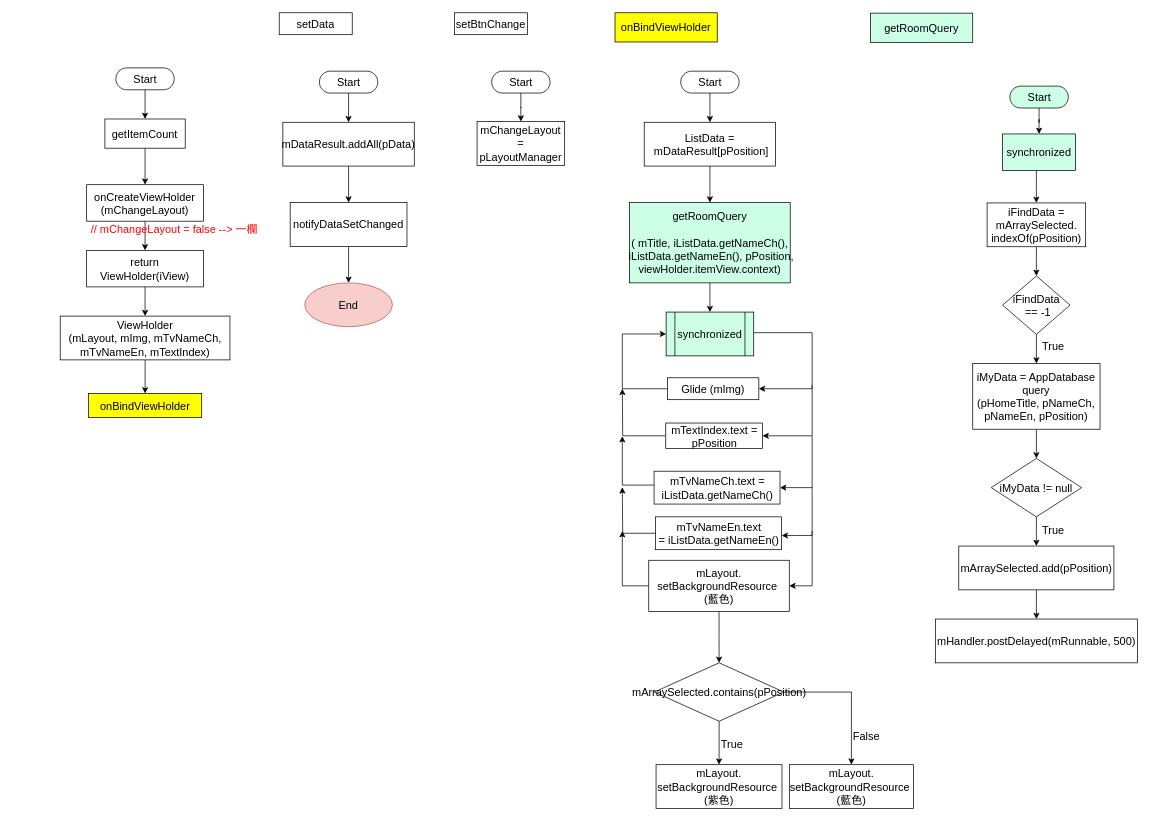
Above: page "ZooAdapter" (7 of 13) of 一般流程.drawio in ccckyc/draw (draw.io), before the change. Source tidied: cells renumbered, new cells numbered last; positions are measured from the earlier drawing's top-left corner, leaving out a move shared by most shapes. Both pictures are drawn from the tidied source at 73%, with x=0, y=0 at pixel (60, 12).
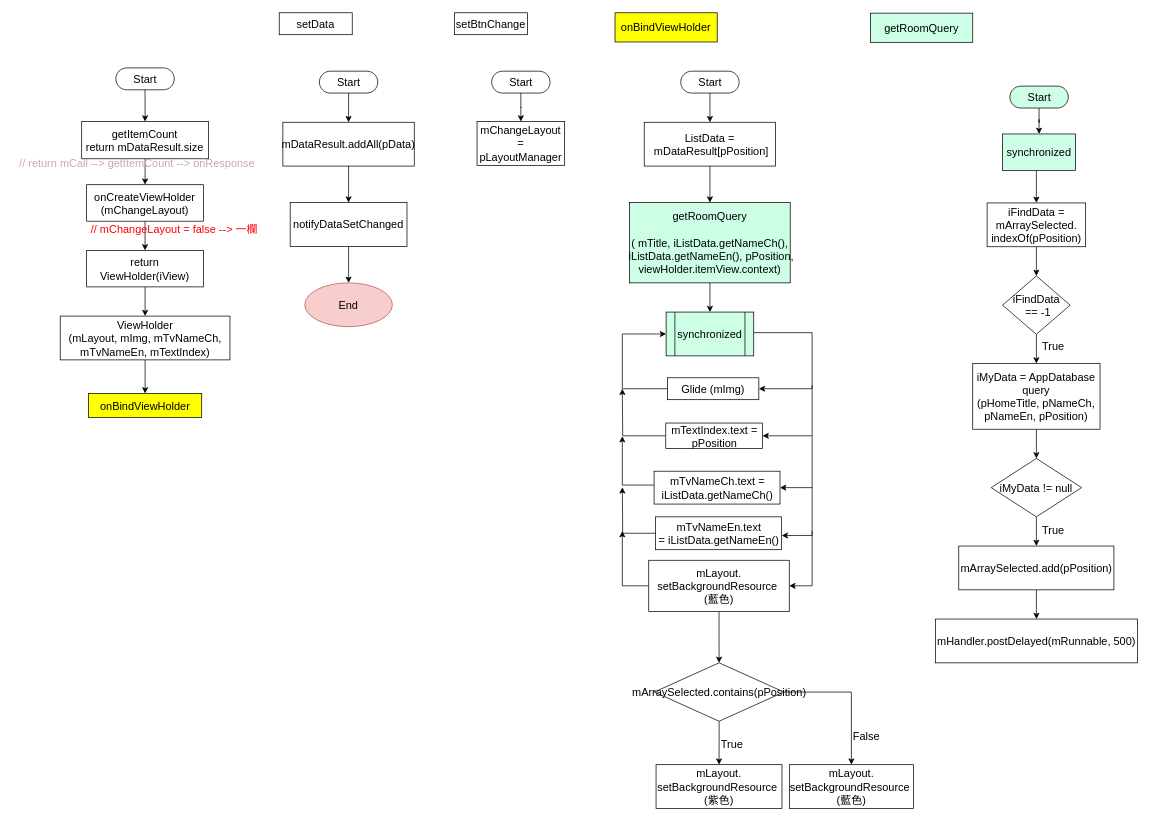
Above is the later version.

The edit, as a diff of the source:
```diff
@@
-    <mxCell id="15" value="getItemCount" style="whiteSpace=wrap;html=1;fontSize=15;fontFamily=Helvetica;fontStyle=0;" parent="1" vertex="1">
-      <mxGeometry x="61.2" y="145.5" width="110" height="40" as="geometry" />
+    <mxCell id="15" value="getItemCount&lt;br&gt;return mDataResult.size" style="whiteSpace=wrap;html=1;fontSize=15;fontFamily=Helvetica;fontStyle=0;" parent="1" vertex="1">
+      <mxGeometry x="29.4" y="149" width="173.8" height="51" as="geometry" />
     </mxCell>
@@
+    <mxCell id="75" value="// return mCall --&amp;gt; getItemCount --&amp;gt; onResponse" style="text;html=1;align=center;verticalAlign=middle;strokeColor=none;fillColor=none;fontSize=15;fontFamily=Helvetica;fontColor=#CDA2BE;" parent="1" vertex="1">
+      <mxGeometry x="-65" y="196" width="340" height="20" as="geometry" />
+    </mxCell>
```
